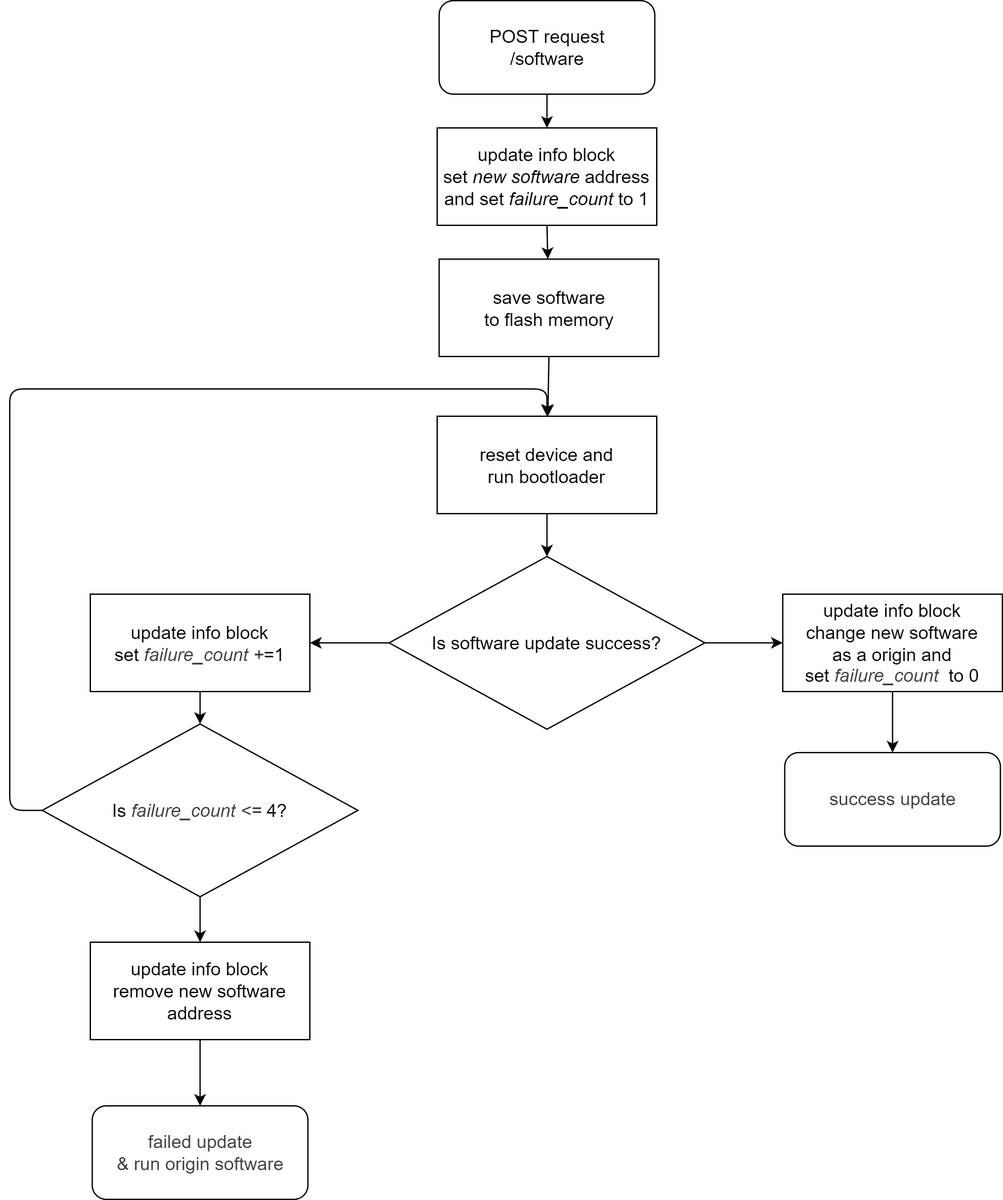
This is img/05-sw-flow-fimware-update.png from petrkucerak/diplom-thesis, a draw.io export, as it was before one commit. Source tidied: cells renumbered, new cells last; positions are measured from the earlier drawing's top-left corner, leaving out a move shared by most shapes.
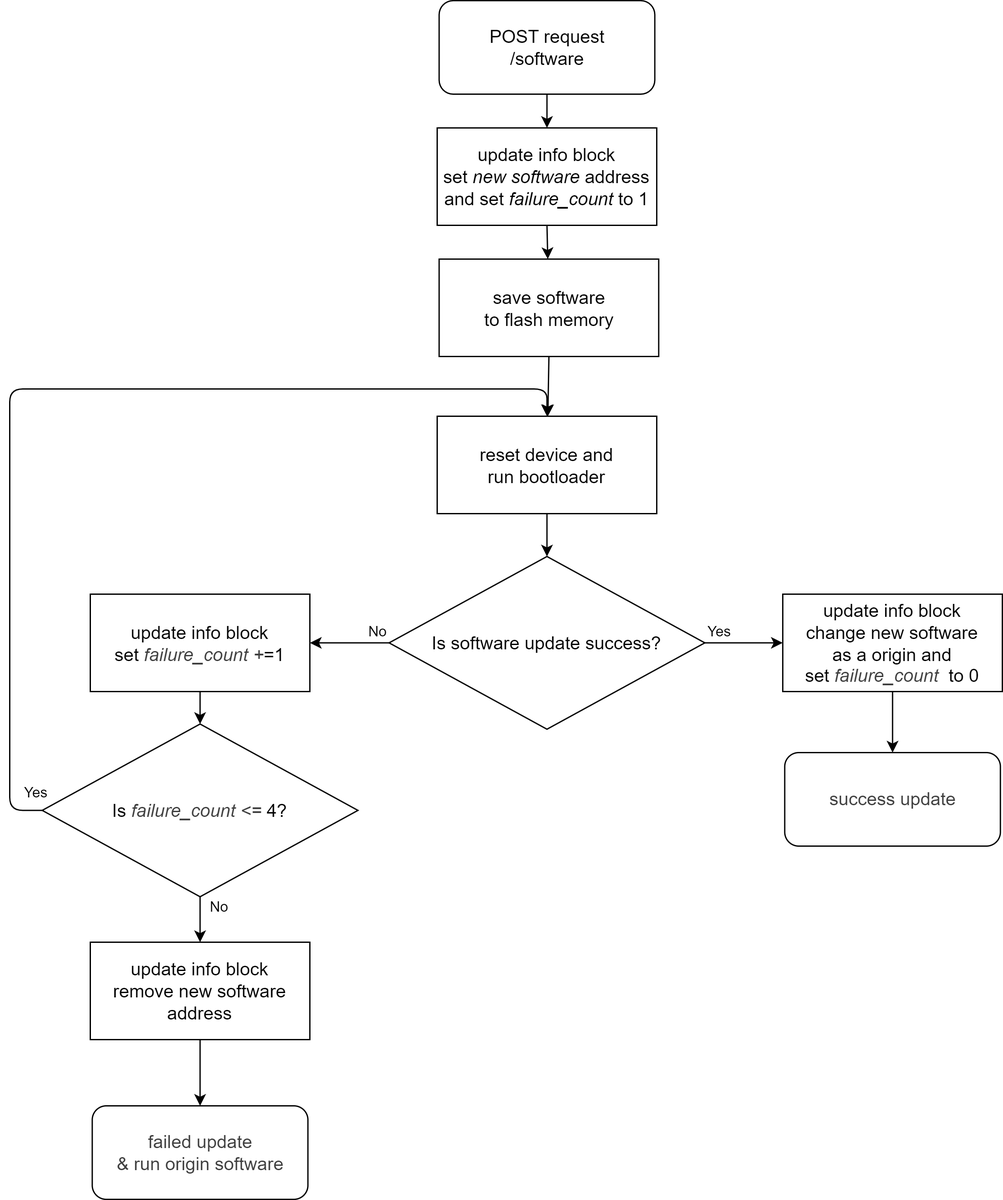
Above is the later version.

Change to the diagram source:
```diff
@@ -29,9 +29,19 @@
     <mxCell id="10" style="edgeStyle=none;html=1;exitX=1;exitY=0.5;exitDx=0;exitDy=0;" parent="1" edge="1" source="12" target="14">
       <mxGeometry relative="1" as="geometry" />
     </mxCell>
+    <mxCell id="24" value="Yes" style="edgeLabel;html=1;align=center;verticalAlign=middle;" parent="10" vertex="1">
+      <mxGeometry x="-0.35" relative="1" as="geometry">
+        <mxPoint x="-10" y="-9" as="offset" />
+      </mxGeometry>
+    </mxCell>
     <mxCell id="11" style="edgeStyle=none;html=1;exitX=0;exitY=0.5;exitDx=0;exitDy=0;" parent="1" edge="1" source="12" target="16">
       <mxGeometry relative="1" as="geometry" />
     </mxCell>
+    <mxCell id="25" value="No" style="edgeLabel;html=1;align=center;verticalAlign=middle;" parent="11" vertex="1">
+      <mxGeometry x="-0.29" y="-2" relative="1" as="geometry">
+        <mxPoint x="12" y="-7" as="offset" />
+      </mxGeometry>
+    </mxCell>
     <mxCell id="12" value="&lt;font&gt;Is software update success?&lt;/font&gt;" style="rhombus;whiteSpace=wrap;html=1;flipV=0;fontSize=14;" parent="1" vertex="1">
       <mxGeometry x="292" y="428" width="243" height="133" as="geometry" />
     </mxCell>
@@ -53,6 +63,11 @@
     <mxCell id="18" style="edgeStyle=none;html=1;exitX=0.5;exitY=1;exitDx=0;exitDy=0;" parent="1" edge="1" source="20" target="22">
       <mxGeometry relative="1" as="geometry" />
     </mxCell>
+    <mxCell id="26" value="No" style="edgeLabel;html=1;align=center;verticalAlign=middle;" parent="18" vertex="1">
+      <mxGeometry x="-0.58" y="-1" relative="1" as="geometry">
+        <mxPoint x="15" as="offset" />
+      </mxGeometry>
+    </mxCell>
     <mxCell id="19" style="edgeStyle=orthogonalEdgeStyle;html=1;exitX=0;exitY=0.5;exitDx=0;exitDy=0;entryX=0.5;entryY=0;entryDx=0;entryDy=0;" parent="1" edge="1" source="20" target="9">
       <mxGeometry relative="1" as="geometry">
         <Array as="points">
@@ -62,6 +77,11 @@
         </Array>
       </mxGeometry>
     </mxCell>
+    <mxCell id="27" value="Yes" style="edgeLabel;html=1;align=center;verticalAlign=middle;" parent="19" vertex="1">
+      <mxGeometry x="-0.8" y="2" relative="1" as="geometry">
+        <mxPoint x="21" y="38" as="offset" />
+      </mxGeometry>
+    </mxCell>
     <mxCell id="20" value="Is&amp;nbsp;&lt;i style=&quot;color: rgb(63, 63, 63);&quot;&gt;failure_count &amp;lt;=&lt;/i&gt;&amp;nbsp;4?" style="rhombus;whiteSpace=wrap;html=1;fontSize=14;" parent="1" vertex="1">
       <mxGeometry x="25" y="557" width="243" height="133" as="geometry" />
     </mxCell>
```
